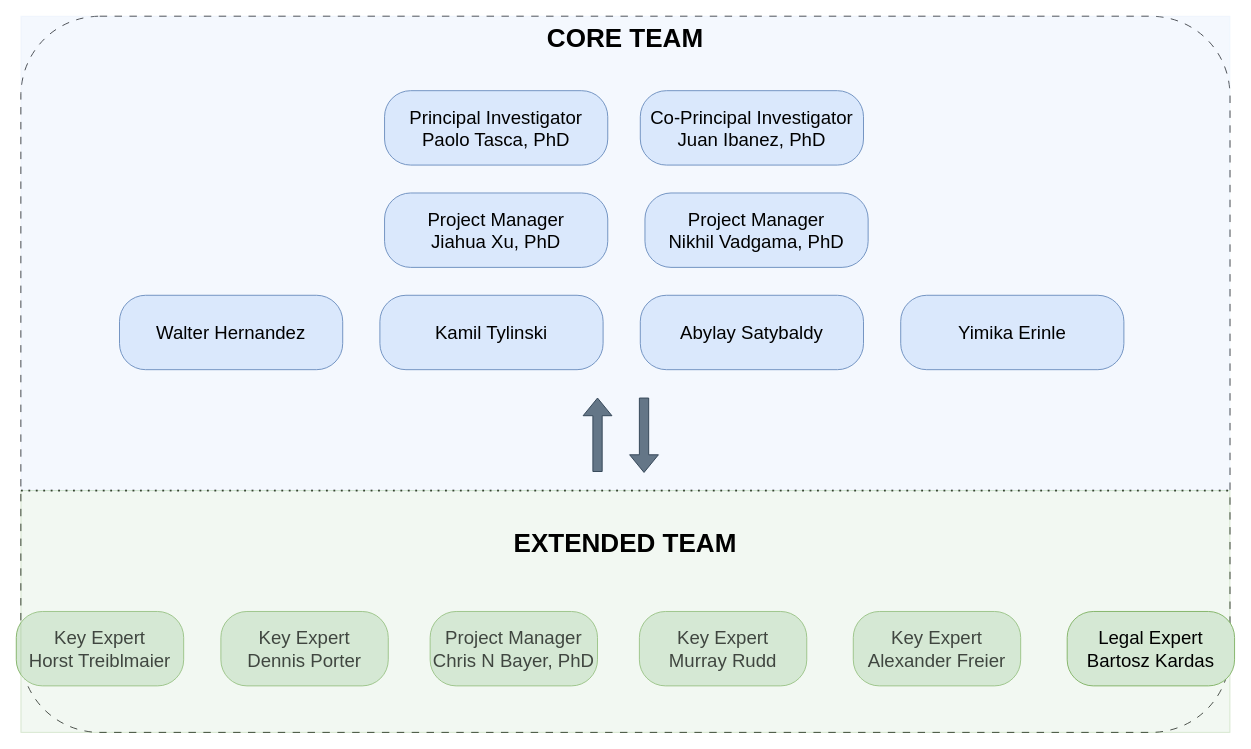
The draw.io diagram page "Page-8" (7 of 8) of assets/Untitled Diagram.drawio in xujiahuayz/crypto-wallets, before the edit. Source tidied: cells renumbered, new cells numbered last; positions are measured from the earlier drawing's top-left corner, leaving out a move shared by most shapes. Both pictures are drawn from the tidied source at 93%, with x=0, y=0 at pixel (16, 16).
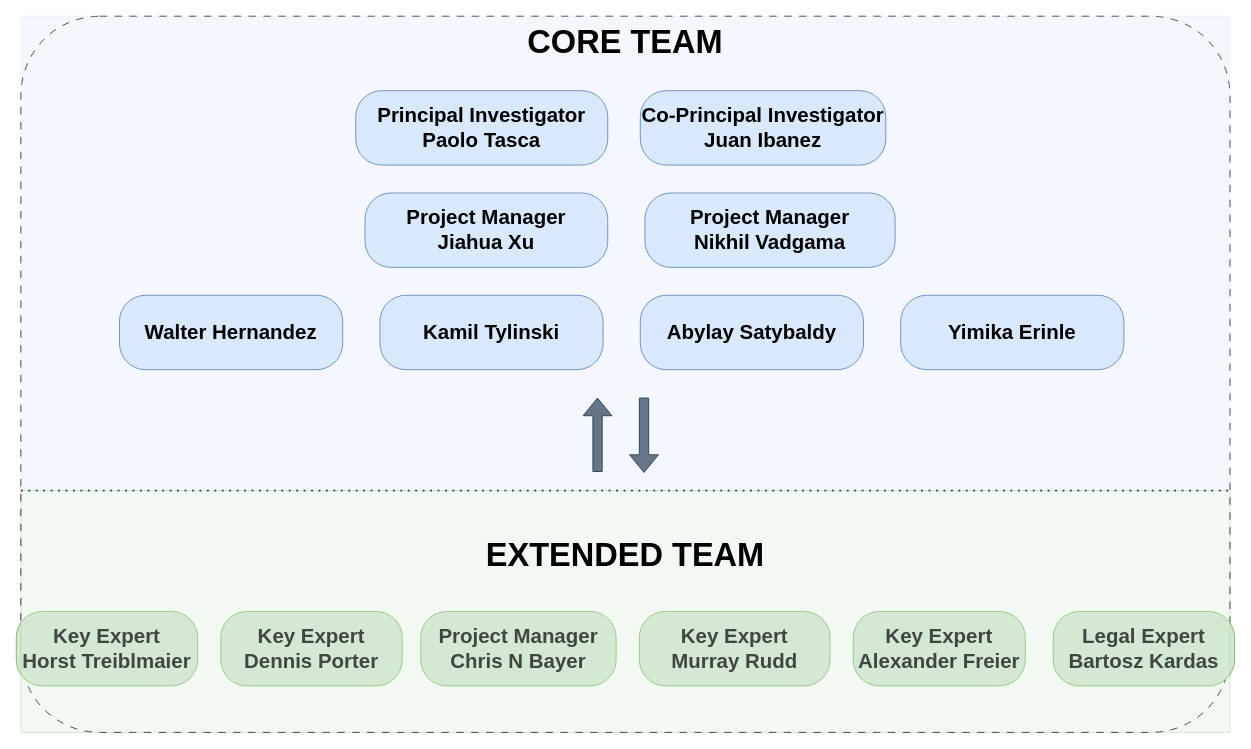
The same diagram, later.

What changed in the source:
```diff
@@
-    <mxCell id="3" value="&lt;font style=&quot;font-size: 28px;&quot;&gt;CORE TEAM&lt;/font&gt;" style="rounded=0;whiteSpace=wrap;html=1;arcSize=35;fillColor=#dae8fc;strokeColor=#DAE8FC;verticalAlign=top;opacity=30;fontStyle=1;strokeWidth=1;fontSize=28;" parent="1" vertex="1">
+    <mxCell id="3" value="&lt;font style=&quot;font-size: 35px;&quot;&gt;CORE TEAM&lt;/font&gt;" style="rounded=0;whiteSpace=wrap;html=1;arcSize=35;fillColor=#dae8fc;strokeColor=#DAE8FC;verticalAlign=top;opacity=30;fontStyle=1;strokeWidth=1;fontSize=28;" parent="1" vertex="1">
       <mxGeometry x="5" width="1300" height="510" as="geometry" />
     </mxCell>
-    <mxCell id="4" value="&lt;font style=&quot;font-size: 20px;&quot;&gt;Principal Investigator&lt;br style=&quot;border-color: var(--border-color);&quot;&gt;Paolo Tasca, PhD&lt;/font&gt;" style="rounded=1;whiteSpace=wrap;html=1;arcSize=35;fillColor=#dae8fc;strokeColor=#6c8ebf;labelBackgroundColor=none;" parent="1" vertex="1">
-      <mxGeometry x="396" y="80" width="240" height="80" as="geometry" />
+    <mxCell id="4" value="&lt;font style=&quot;font-size: 22px;&quot;&gt;&lt;b&gt;Principal Investigator&lt;br style=&quot;border-color: var(--border-color);&quot;&gt;Paolo Tasca&lt;/b&gt;&lt;/font&gt;" style="rounded=1;whiteSpace=wrap;html=1;arcSize=35;fillColor=#dae8fc;strokeColor=#6c8ebf;labelBackgroundColor=none;" parent="1" vertex="1">
+      <mxGeometry x="365" y="80" width="271" height="80" as="geometry" />
     </mxCell>
@@
-    <mxCell id="6" value="&lt;font style=&quot;font-size: 20px;&quot;&gt;Project Manager&lt;br style=&quot;border-color: var(--border-color);&quot;&gt;Jiahua Xu, PhD&lt;/font&gt;" style="rounded=1;whiteSpace=wrap;html=1;arcSize=35;fillColor=#dae8fc;strokeColor=#6c8ebf;labelBackgroundColor=none;" parent="1" vertex="1">
-      <mxGeometry x="396" y="190" width="240" height="80" as="geometry" />
+    <mxCell id="6" value="&lt;font style=&quot;font-size: 22px;&quot;&gt;&lt;b&gt;Project Manager&lt;br style=&quot;border-color: var(--border-color);&quot;&gt;Jiahua Xu&lt;/b&gt;&lt;/font&gt;" style="rounded=1;whiteSpace=wrap;html=1;arcSize=35;fillColor=#dae8fc;strokeColor=#6c8ebf;labelBackgroundColor=none;" parent="1" vertex="1">
+      <mxGeometry x="375" y="190" width="261" height="80" as="geometry" />
     </mxCell>
-    <mxCell id="7" value="&lt;font style=&quot;font-size: 20px;&quot;&gt;&lt;font style=&quot;font-size: 20px;&quot;&gt;Walter&amp;nbsp;&lt;/font&gt;Hernandez&lt;/font&gt;" style="rounded=1;whiteSpace=wrap;html=1;arcSize=35;fillColor=#dae8fc;strokeColor=#6c8ebf;" parent="1" vertex="1">
+    <mxCell id="7" value="&lt;font style=&quot;font-size: 22px;&quot;&gt;&lt;b&gt;&lt;font style=&quot;font-size: 22px;&quot;&gt;Walter&amp;nbsp;&lt;/font&gt;Hernandez&lt;/b&gt;&lt;/font&gt;" style="rounded=1;whiteSpace=wrap;html=1;arcSize=35;fillColor=#dae8fc;strokeColor=#6c8ebf;" parent="1" vertex="1">
       <mxGeometry x="111" y="300" width="240" height="80" as="geometry" />
     </mxCell>
-    <mxCell id="8" value="&lt;font style=&quot;font-size: 20px;&quot;&gt;Kamil Tylinski&lt;/font&gt;" style="rounded=1;whiteSpace=wrap;html=1;arcSize=35;fillColor=#dae8fc;strokeColor=#6c8ebf;labelBackgroundColor=none;" parent="1" vertex="1">
+    <mxCell id="8" value="&lt;font size=&quot;1&quot;&gt;&lt;b style=&quot;font-size: 22px;&quot;&gt;Kamil Tylinski&lt;/b&gt;&lt;/font&gt;" style="rounded=1;whiteSpace=wrap;html=1;arcSize=35;fillColor=#dae8fc;strokeColor=#6c8ebf;labelBackgroundColor=none;" parent="1" vertex="1">
       <mxGeometry x="391" y="300" width="240" height="80" as="geometry" />
     </mxCell>
-    <mxCell id="9" value="&lt;font style=&quot;font-size: 20px;&quot;&gt;Abylay Satybaldy&lt;/font&gt;" style="rounded=1;whiteSpace=wrap;html=1;arcSize=35;fillColor=#dae8fc;strokeColor=#6c8ebf;labelBackgroundColor=none;" parent="1" vertex="1">
+    <mxCell id="9" value="&lt;font size=&quot;1&quot;&gt;&lt;b style=&quot;font-size: 22px;&quot;&gt;Abylay Satybaldy&lt;/b&gt;&lt;/font&gt;" style="rounded=1;whiteSpace=wrap;html=1;arcSize=35;fillColor=#dae8fc;strokeColor=#6c8ebf;labelBackgroundColor=none;" parent="1" vertex="1">
       <mxGeometry x="671" y="300" width="240" height="80" as="geometry" />
     </mxCell>
-    <mxCell id="10" value="&lt;font style=&quot;font-size: 20px;&quot;&gt;Yimika Erinle&lt;br&gt;&lt;/font&gt;" style="rounded=1;whiteSpace=wrap;html=1;arcSize=35;fillColor=#dae8fc;strokeColor=#6c8ebf;labelBackgroundColor=none;" parent="1" vertex="1">
+    <mxCell id="10" value="&lt;font&gt;&lt;b&gt;&lt;font style=&quot;font-size: 22px;&quot;&gt;Yimika Erinle&lt;/font&gt;&lt;/b&gt;&lt;br&gt;&lt;/font&gt;" style="rounded=1;whiteSpace=wrap;html=1;arcSize=35;fillColor=#dae8fc;strokeColor=#6c8ebf;labelBackgroundColor=none;" parent="1" vertex="1">
       <mxGeometry x="951" y="300" width="240" height="80" as="geometry" />
     </mxCell>
-    <mxCell id="11" value="&lt;font style=&quot;font-size: 20px;&quot;&gt;Key Expert&lt;br&gt;Horst Treiblmaier&lt;/font&gt;&lt;span style=&quot;font-size: 20px;&quot;&gt;&lt;br&gt;&lt;/span&gt;" style="rounded=1;whiteSpace=wrap;html=1;arcSize=35;fillColor=#d5e8d4;strokeColor=#82b366;" parent="1" vertex="1">
-      <mxGeometry y="640" width="180" height="80" as="geometry" />
+    <mxCell id="11" value="&lt;font style=&quot;font-size: 22px;&quot;&gt;&lt;b&gt;Key Expert&lt;br&gt;Horst Treiblmaier&lt;/b&gt;&lt;/font&gt;&lt;span style=&quot;font-size: 20px;&quot;&gt;&lt;br&gt;&lt;/span&gt;" style="rounded=1;whiteSpace=wrap;html=1;arcSize=35;fillColor=#d5e8d4;strokeColor=#82b366;" parent="1" vertex="1">
+      <mxGeometry y="640" width="195" height="80" as="geometry" />
     </mxCell>
-    <mxCell id="12" value="&lt;span style=&quot;font-size: 20px;&quot;&gt;Key Expert&lt;br&gt;Dennis Porter&lt;br&gt;&lt;/span&gt;" style="rounded=1;whiteSpace=wrap;html=1;arcSize=35;fillColor=#d5e8d4;strokeColor=#82b366;" parent="1" vertex="1">
-      <mxGeometry x="220" y="640" width="180" height="80" as="geometry" />
+    <mxCell id="12" value="&lt;span style=&quot;font-size: 22px;&quot;&gt;&lt;b&gt;Key Expert&lt;br&gt;Dennis Porter&lt;/b&gt;&lt;br&gt;&lt;/span&gt;" style="rounded=1;whiteSpace=wrap;html=1;arcSize=35;fillColor=#d5e8d4;strokeColor=#82b366;" parent="1" vertex="1">
+      <mxGeometry x="220" y="640" width="195" height="80" as="geometry" />
     </mxCell>
-    <mxCell id="13" value="&lt;font style=&quot;font-size: 20px;&quot;&gt;Project Manager&lt;/font&gt;&lt;br&gt;&lt;span style=&quot;font-size: 20px;&quot;&gt;Chris N Bayer, PhD&lt;/span&gt;" style="rounded=1;whiteSpace=wrap;html=1;arcSize=35;fillColor=#d5e8d4;strokeColor=#82b366;" parent="1" vertex="1">
-      <mxGeometry x="445" y="640" width="180" height="80" as="geometry" />
+    <mxCell id="13" value="&lt;b style=&quot;font-size: 22px;&quot;&gt;&lt;font style=&quot;font-size: 22px;&quot;&gt;Project Manager&lt;/font&gt;&lt;br&gt;&lt;span style=&quot;&quot;&gt;Chris N Bayer&lt;/span&gt;&lt;/b&gt;" style="rounded=1;whiteSpace=wrap;html=1;arcSize=35;fillColor=#d5e8d4;strokeColor=#82b366;" parent="1" vertex="1">
+      <mxGeometry x="435" y="640" width="210" height="80" as="geometry" />
     </mxCell>
-    <mxCell id="14" value="&lt;span style=&quot;font-size: 20px;&quot;&gt;Key Expert&lt;br&gt;Murray Rudd&lt;br&gt;&lt;/span&gt;" style="rounded=1;whiteSpace=wrap;html=1;arcSize=35;fillColor=#d5e8d4;strokeColor=#82b366;" parent="1" vertex="1">
-      <mxGeometry x="670" y="640" width="180" height="80" as="geometry" />
+    <mxCell id="14" value="&lt;span style=&quot;font-size: 22px;&quot;&gt;&lt;b&gt;Key Expert&lt;br&gt;Murray Rudd&lt;/b&gt;&lt;br&gt;&lt;/span&gt;" style="rounded=1;whiteSpace=wrap;html=1;arcSize=35;fillColor=#d5e8d4;strokeColor=#82b366;" parent="1" vertex="1">
+      <mxGeometry x="670" y="640" width="205" height="80" as="geometry" />
     </mxCell>
-    <mxCell id="15" value="&lt;span style=&quot;font-size: 20px;&quot;&gt;Key Expert&lt;br&gt;Alexander Freier&lt;br&gt;&lt;/span&gt;" style="rounded=1;whiteSpace=wrap;html=1;arcSize=35;fillColor=#d5e8d4;strokeColor=#82b366;labelBackgroundColor=none;" parent="1" vertex="1">
-      <mxGeometry x="900" y="640" width="180" height="80" as="geometry" />
+    <mxCell id="15" value="&lt;span style=&quot;font-size: 22px;&quot;&gt;&lt;b&gt;Key Expert&lt;br&gt;Alexander Freier&lt;/b&gt;&lt;br&gt;&lt;/span&gt;" style="rounded=1;whiteSpace=wrap;html=1;arcSize=35;fillColor=#d5e8d4;strokeColor=#82b366;labelBackgroundColor=none;" parent="1" vertex="1">
+      <mxGeometry x="900" y="640" width="185" height="80" as="geometry" />
     </mxCell>
-    <mxCell id="16" value="&lt;font style=&quot;font-size: 28px;&quot;&gt;&lt;br&gt;EXTENDED TEAM&lt;/font&gt;" style="rounded=0;whiteSpace=wrap;html=1;arcSize=35;fillColor=#d5e8d4;strokeColor=#82b366;verticalAlign=top;opacity=30;fontStyle=1;strokeWidth=1;fontSize=28;" parent="1" vertex="1">
-      <mxGeometry x="5" y="510" width="1300" height="260" as="geometry" />
-    </mxCell>
@@
-    <mxCell id="19" value="&lt;font style=&quot;font-size: 20px;&quot;&gt;Co-Principal Investigator&lt;br style=&quot;border-color: var(--border-color);&quot;&gt;Juan Ibanez, PhD&lt;/font&gt;" style="rounded=1;whiteSpace=wrap;html=1;arcSize=35;fillColor=#dae8fc;strokeColor=#6c8ebf;labelBackgroundColor=none;" parent="1" vertex="1">
-      <mxGeometry x="671" y="80" width="240" height="80" as="geometry" />
+    <mxCell id="19" value="&lt;font style=&quot;font-size: 22px;&quot;&gt;&lt;b&gt;Co-Principal Investigator&lt;br style=&quot;border-color: var(--border-color);&quot;&gt;Juan Ibanez&lt;/b&gt;&lt;/font&gt;" style="rounded=1;whiteSpace=wrap;html=1;arcSize=35;fillColor=#dae8fc;strokeColor=#6c8ebf;labelBackgroundColor=none;" parent="1" vertex="1">
+      <mxGeometry x="671" y="80" width="264" height="80" as="geometry" />
     </mxCell>
-    <mxCell id="20" value="&lt;font style=&quot;font-size: 20px;&quot;&gt;Project Manager&lt;br style=&quot;border-color: var(--border-color);&quot;&gt;Nikhil Vadgama, PhD&lt;/font&gt;" style="rounded=1;whiteSpace=wrap;html=1;arcSize=35;fillColor=#dae8fc;strokeColor=#6c8ebf;labelBackgroundColor=none;" parent="1" vertex="1">
-      <mxGeometry x="676" y="190" width="240" height="80" as="geometry" />
+    <mxCell id="20" value="&lt;font style=&quot;font-size: 22px;&quot;&gt;&lt;b&gt;Project Manager&lt;br style=&quot;border-color: var(--border-color);&quot;&gt;Nikhil Vadgama&lt;/b&gt;&lt;/font&gt;" style="rounded=1;whiteSpace=wrap;html=1;arcSize=35;fillColor=#dae8fc;strokeColor=#6c8ebf;labelBackgroundColor=none;" parent="1" vertex="1">
+      <mxGeometry x="676" y="190" width="269" height="80" as="geometry" />
     </mxCell>
-    <mxCell id="21" value="&lt;span style=&quot;font-size: 20px;&quot;&gt;Legal Expert&lt;br&gt;Bartosz Kardas&lt;br&gt;&lt;/span&gt;" style="rounded=1;whiteSpace=wrap;html=1;arcSize=35;fillColor=#d5e8d4;strokeColor=#82b366;labelBackgroundColor=none;" parent="1" vertex="1">
-      <mxGeometry x="1130" y="640" width="180" height="80" as="geometry" />
+    <mxCell id="21" value="&lt;span style=&quot;font-size: 22px;&quot;&gt;&lt;b&gt;Legal Expert&lt;br&gt;Bartosz Kardas&lt;/b&gt;&lt;br&gt;&lt;/span&gt;" style="rounded=1;whiteSpace=wrap;html=1;arcSize=35;fillColor=#d5e8d4;strokeColor=#82b366;labelBackgroundColor=none;" parent="1" vertex="1">
+      <mxGeometry x="1115" y="640" width="195" height="80" as="geometry" />
     </mxCell>
+    <mxCell id="16" value="&lt;font style=&quot;font-size: 35px;&quot;&gt;&lt;br&gt;EXTENDED TEAM&lt;/font&gt;" style="rounded=0;whiteSpace=wrap;html=1;arcSize=35;fillColor=#d5e8d4;strokeColor=#82b366;verticalAlign=top;opacity=30;fontStyle=1;strokeWidth=1;fontSize=28;" parent="1" vertex="1">
+      <mxGeometry x="5" y="510" width="1300" height="260" as="geometry" />
+    </mxCell>
```
